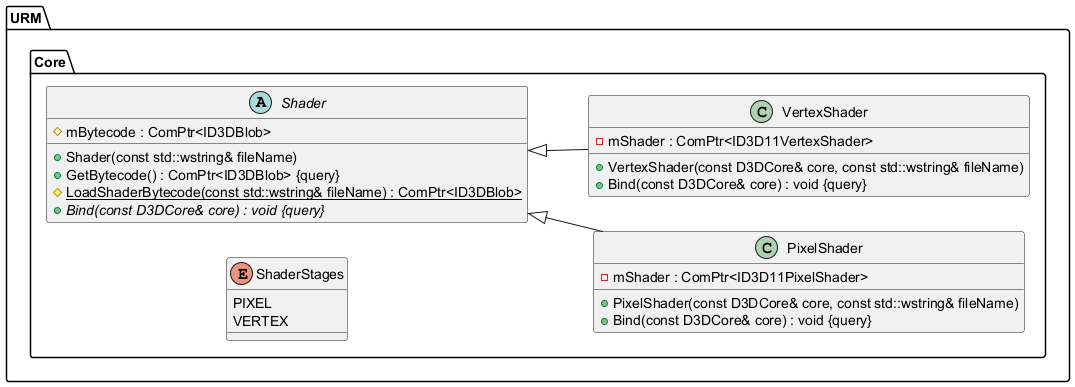
MinikPLayer/MasterThesis_UniversalRenderingModule_D3D11 keeps this PlantUML diagram as Latex/images/UML/shader.png. Above is the earlier version. Its diagram source:
```plantuml
@startuml
left to right direction






namespace URM {
	namespace Core {
		class PixelShader {
			+PixelShader(const D3DCore& core, const std::wstring& fileName)
			-mShader : ComPtr<ID3D11PixelShader>
			+Bind(const D3DCore& core) : void {query}
		}

		abstract class Shader {
			+Shader(const std::wstring& fileName)
			+GetBytecode() : ComPtr<ID3DBlob> {query}
			#{static} LoadShaderBytecode(const std::wstring& fileName) : ComPtr<ID3DBlob>
			#mBytecode : ComPtr<ID3DBlob>
			+{abstract} Bind(const D3DCore& core) : void {query}
		}

		class VertexShader {
			+VertexShader(const D3DCore& core, const std::wstring& fileName)
			-mShader : ComPtr<ID3D11VertexShader>
			+Bind(const D3DCore& core) : void {query}
		}

		enum ShaderStages {
			PIXEL
			VERTEX
		}
	}
}






URM.Core.Shader <|-- URM.Core.PixelShader


URM.Core.Shader <|-- URM.Core.VertexShader













@enduml
```
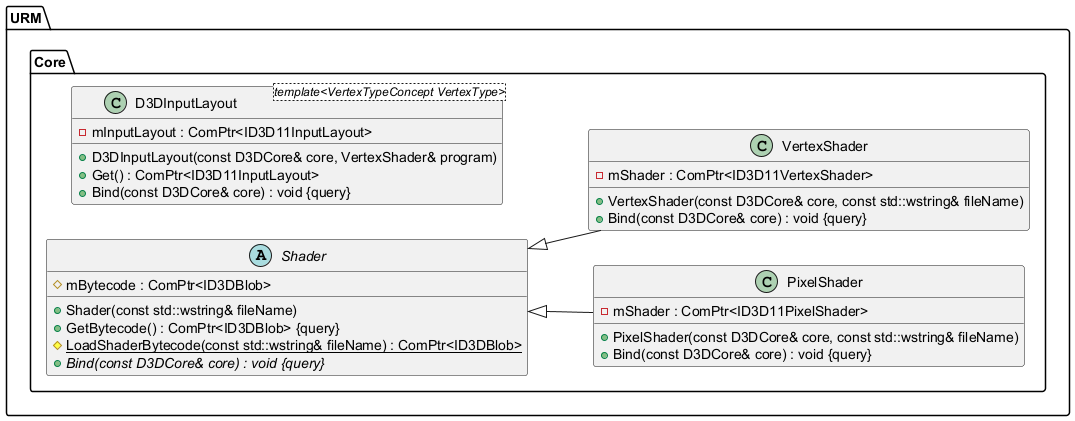
The same diagram one commit later.

Change to the diagram source:
```diff
@@ -8,6 +8,13 @@
 
 namespace URM {
 	namespace Core {
+		class D3DInputLayout <template<VertexTypeConcept VertexType>> {
+			+D3DInputLayout(const D3DCore& core, VertexShader& program)
+			+Get() : ComPtr<ID3D11InputLayout>
+			-mInputLayout : ComPtr<ID3D11InputLayout>
+			+Bind(const D3DCore& core) : void {query}
+		}
+
 		class PixelShader {
 			+PixelShader(const D3DCore& core, const std::wstring& fileName)
 			-mShader : ComPtr<ID3D11PixelShader>
@@ -26,11 +33,6 @@
 			+VertexShader(const D3DCore& core, const std::wstring& fileName)
 			-mShader : ComPtr<ID3D11VertexShader>
 			+Bind(const D3DCore& core) : void {query}
-		}
-
-		enum ShaderStages {
-			PIXEL
-			VERTEX
 		}
 	}
 }
```
